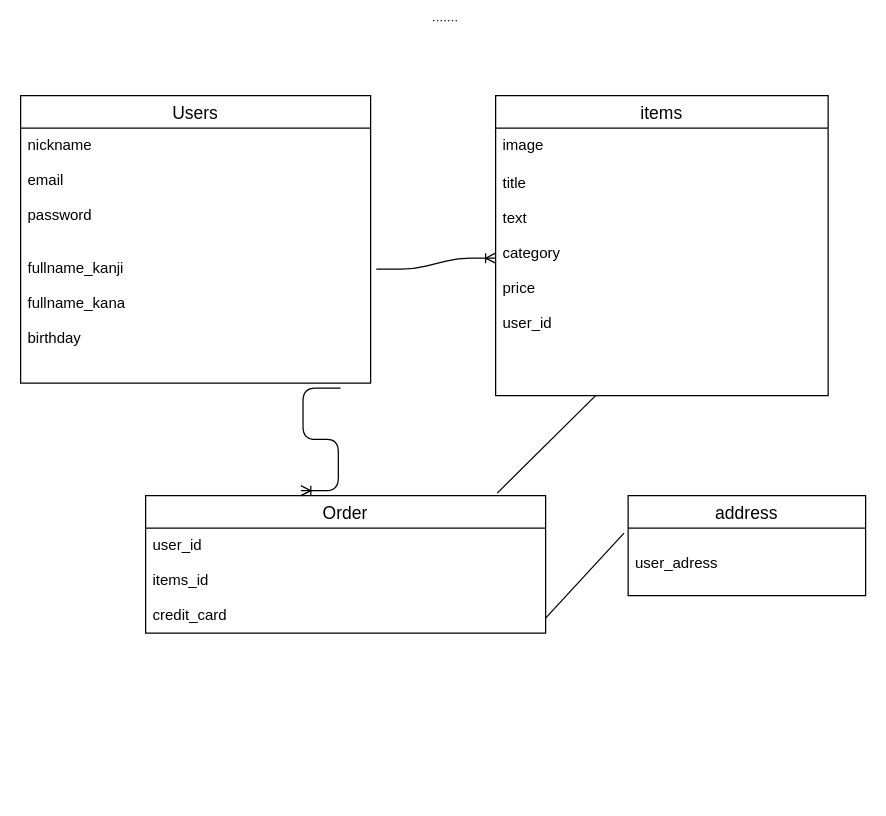
Before: furima.dio in katooomi/furima-36235, a draw.io diagram. Source tidied: cells renumbered, new cells numbered last; positions are measured from the earlier drawing's top-left corner, leaving out a move shared by most shapes. Both pictures are drawn from the tidied source at 125%, with x=0, y=0 at pixel (20, 20).
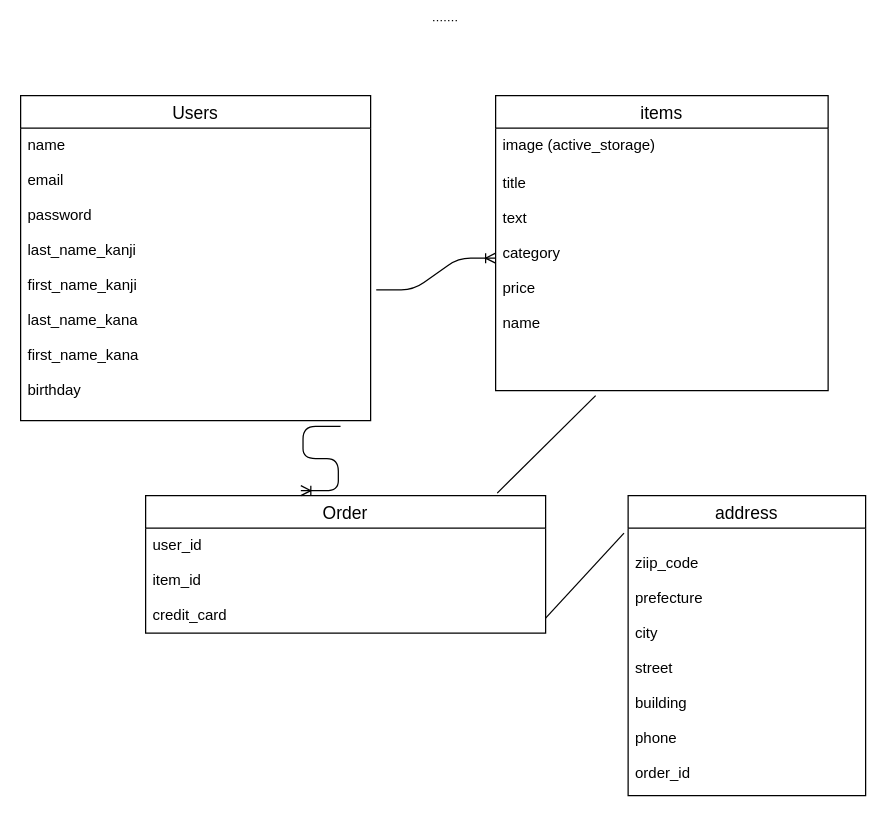
The same diagram, later.

Commit message (it also covers changes not shown here):
データ設計（修正）

The edit, as a diff of the source:
```diff
@@
 <mxGraphModel>
   <root>
     <mxCell id="0" />
     <mxCell id="1" parent="0" />
     <mxCell id="2" value="Users" style="swimlane;fontStyle=0;horizontal=1;startSize=26;align=center;fontSize=14;" parent="1" vertex="1">
-      <mxGeometry y="60" width="280" height="230" as="geometry" />
+      <mxGeometry y="60" width="280" height="260" as="geometry" />
     </mxCell>
+    <mxCell id="12" value="name&#10;&#10;email&#10;&#10;password&#10;&#10;last_name_kanji&#10;&#10;first_name_kanji&#10;&#10;last_name_kana&#10;&#10;first_name_kana&#10;&#10;birthday&#10;&#10;" style="text;strokeColor=none;fillColor=none;spacingLeft=4;spacingRight=4;overflow=hidden;points=[[0,0.5],[1,0.5]];portConstraint=eastwest;fontSize=12;" parent="2" vertex="1">
+      <mxGeometry y="26" width="280" height="234" as="geometry" />
+    </mxCell>
     <mxCell id="3" value="items" style="swimlane;fontStyle=0;horizontal=1;startSize=26;align=center;fontSize=14;" parent="1" vertex="1">
-      <mxGeometry x="380" y="60" width="266" height="240" as="geometry" />
+      <mxGeometry x="380" y="60" width="266" height="236" as="geometry" />
     </mxCell>
-    <mxCell id="4" value="image" style="text;strokeColor=none;fillColor=none;spacingLeft=4;spacingRight=4;overflow=hidden;fontSize=12;" parent="3" vertex="1">
+    <mxCell id="4" value="image (active_storage) " style="text;strokeColor=none;fillColor=none;spacingLeft=4;spacingRight=4;overflow=hidden;fontSize=12;" parent="3" vertex="1">
       <mxGeometry y="26" width="266" height="30" as="geometry" />
     </mxCell>
-    <mxCell id="5" value="title&#10;&#10;text&#10;&#10;category&#10;&#10;price&#10;&#10;user_id&#10;&#10;&#10;&#10;" style="text;strokeColor=none;fillColor=none;spacingLeft=4;spacingRight=4;overflow=hidden;fontSize=12;" parent="3" vertex="1">
-      <mxGeometry y="56" width="266" height="184" as="geometry" />
+    <mxCell id="5" value="title&#10;&#10;text&#10;&#10;category&#10;&#10;price&#10;&#10;name&#10;&#10;&#10;" style="text;strokeColor=none;fillColor=none;spacingLeft=4;spacingRight=4;overflow=hidden;fontSize=12;" parent="3" vertex="1">
+      <mxGeometry y="56" width="266" height="180" as="geometry" />
     </mxCell>
     <mxCell id="6" value="Order" style="swimlane;fontStyle=0;horizontal=1;startSize=26;align=center;fontSize=14;" parent="1" vertex="1">
       <mxGeometry x="100" y="380" width="320" height="110" as="geometry" />
     </mxCell>
-    <mxCell id="7" value="user_id&#10;&#10;items_id&#10;&#10;credit_card" style="text;strokeColor=none;fillColor=none;spacingLeft=4;spacingRight=4;overflow=hidden;fontSize=12;" parent="6" vertex="1">
+    <mxCell id="7" value="user_id&#10;&#10;item_id&#10;&#10;credit_card" style="text;strokeColor=none;fillColor=none;spacingLeft=4;spacingRight=4;overflow=hidden;fontSize=12;" parent="6" vertex="1">
       <mxGeometry y="26" width="320" height="84" as="geometry" />
     </mxCell>
     <mxCell id="8" value="address" style="swimlane;fontStyle=0;horizontal=1;startSize=26;align=center;fontSize=14;" parent="1" vertex="1">
-      <mxGeometry x="486" y="380" width="190" height="80" as="geometry" />
+      <mxGeometry x="486" y="380" width="190" height="240" as="geometry" />
     </mxCell>
-    <mxCell id="9" value="&#10;user_adress" style="text;strokeColor=none;fillColor=none;spacingLeft=4;spacingRight=4;overflow=hidden;fontSize=12;" parent="8" vertex="1">
-      <mxGeometry y="26" width="190" height="54" as="geometry" />
+    <mxCell id="9" value="&#10;ziip_code&#10;&#10;prefecture&#10;&#10;city&#10;&#10;street&#10;&#10;building&#10;&#10;phone&#10;&#10;order_id&#10;&#10;" style="text;strokeColor=none;fillColor=none;spacingLeft=4;spacingRight=4;overflow=hidden;fontSize=12;" parent="8" vertex="1">
+      <mxGeometry y="26" width="190" height="214" as="geometry" />
     </mxCell>
     <mxCell id="10" style="edgeStyle=entityRelationEdgeStyle;fontSize=12;html=1;endArrow=ERoneToMany;exitX=1.016;exitY=0.553;exitDx=0;exitDy=0;exitPerimeter=0;" parent="1" edge="1" source="12">
       <mxGeometry relative="1" as="geometry">
         <mxPoint x="380" y="190" as="targetPoint" />
       </mxGeometry>
     </mxCell>
     <mxCell id="11" style="endArrow=none;html=1;rounded=0;exitX=0.879;exitY=-0.018;exitDx=0;exitDy=0;exitPerimeter=0;" parent="1" edge="1" source="6">
       <mxGeometry relative="1" as="geometry">
         <mxPoint x="460" y="300" as="targetPoint" />
       </mxGeometry>
     </mxCell>
-    <mxCell id="12" value="nickname&#10;&#10;email&#10;&#10;password&#10;&#10;&#10;fullname_kanji&#10;&#10;fullname_kana&#10;&#10;birthday&#10;&#10;" style="text;strokeColor=none;fillColor=none;spacingLeft=4;spacingRight=4;overflow=hidden;points=[[0,0.5],[1,0.5]];portConstraint=eastwest;fontSize=12;" parent="1" vertex="1">
-      <mxGeometry y="86" width="280" height="204" as="geometry" />
-    </mxCell>
     <mxCell id="13" style="edgeStyle=entityRelationEdgeStyle;fontSize=12;html=1;endArrow=ERoneToMany;entryX=0.388;entryY=-0.036;entryDx=0;entryDy=0;entryPerimeter=0;exitX=0.914;exitY=1.02;exitDx=0;exitDy=0;exitPerimeter=0;" parent="1" edge="1" source="12" target="6">
       <mxGeometry relative="1" as="geometry" />
     </mxCell>
     <mxCell id="14" style="endArrow=none;html=1;rounded=0;dashed=1;dashPattern=1 2;" parent="1" edge="1">
       <mxGeometry relative="1" as="geometry">
         <mxPoint x="330" as="sourcePoint" />
         <mxPoint x="350" as="targetPoint" />
       </mxGeometry>
     </mxCell>
     <mxCell id="15" style="endArrow=none;html=1;rounded=0;exitX=0.879;exitY=-0.018;exitDx=0;exitDy=0;exitPerimeter=0;" parent="1" edge="1">
       <mxGeometry relative="1" as="geometry">
         <mxPoint x="420" y="478" as="sourcePoint" />
         <mxPoint x="482.7" y="410" as="targetPoint" />
       </mxGeometry>
     </mxCell>
   </root>
 </mxGraphModel>
```
